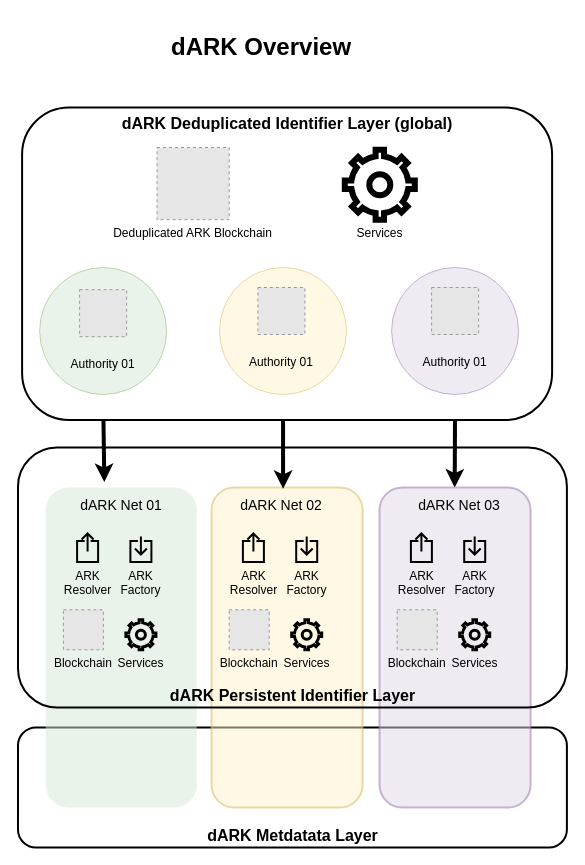
The draw.io diagram docs/diagrams/dark_layers.drawio in dark-pid/dARK, before the edit. Source tidied: cells renumbered, new cells numbered last; positions are measured from the earlier drawing's top-left corner, leaving out a move shared by most shapes. Both pictures are drawn from the tidied source at 100%, with x=0, y=0 at pixel (17, 27). Pictures stored in the file or linked from it are replaced by grey dashed boxes.
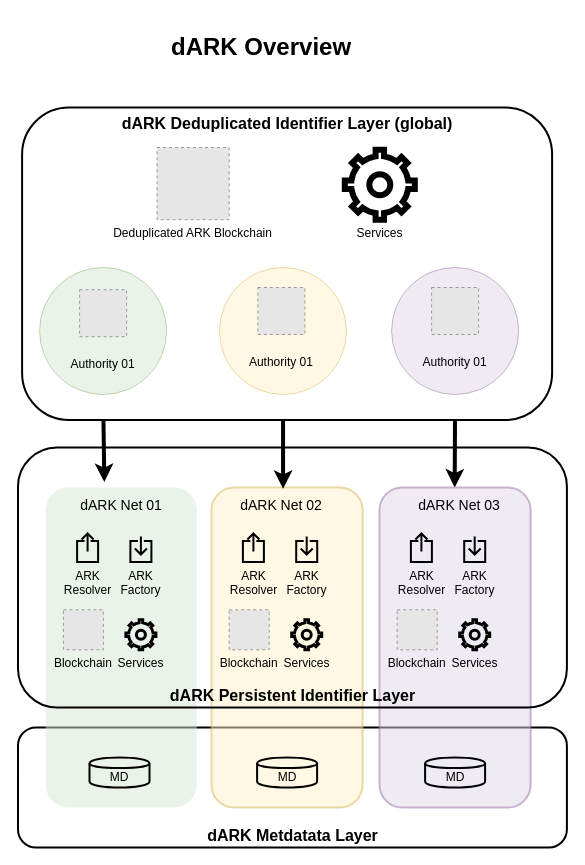
After the change.

Commit message (it also covers changes not shown here):
upgrade dark diagrams

Unchanged cells that the change refers to:
```xml
<mxCell id="4" style="group;" parent="1" vertex="1">
  <mxGeometry x="28.2" y="460" width="151.1" height="320" as="geometry" />
</mxCell>
```

Diff of the diagram source:
```diff
@@
+    <mxCell id="39" value="MD" style="shape=cylinder;whiteSpace=wrap;html=1;boundedLbl=1;backgroundOutline=1;fillColor=none;strokeWidth=2;" parent="4" vertex="1">
+      <mxGeometry x="43.8" y="270" width="60" height="30" as="geometry" />
+    </mxCell>
@@
+    <mxCell id="40" value="MD" style="shape=cylinder;whiteSpace=wrap;html=1;boundedLbl=1;backgroundOutline=1;fillColor=none;strokeWidth=2;" parent="1" vertex="1">
+      <mxGeometry x="239.6" y="730" width="60" height="30" as="geometry" />
+    </mxCell>
+    <mxCell id="41" value="MD" style="shape=cylinder;whiteSpace=wrap;html=1;boundedLbl=1;backgroundOutline=1;fillColor=none;strokeWidth=2;" parent="1" vertex="1">
+      <mxGeometry x="407.6" y="730" width="60" height="30" as="geometry" />
+    </mxCell>
```
